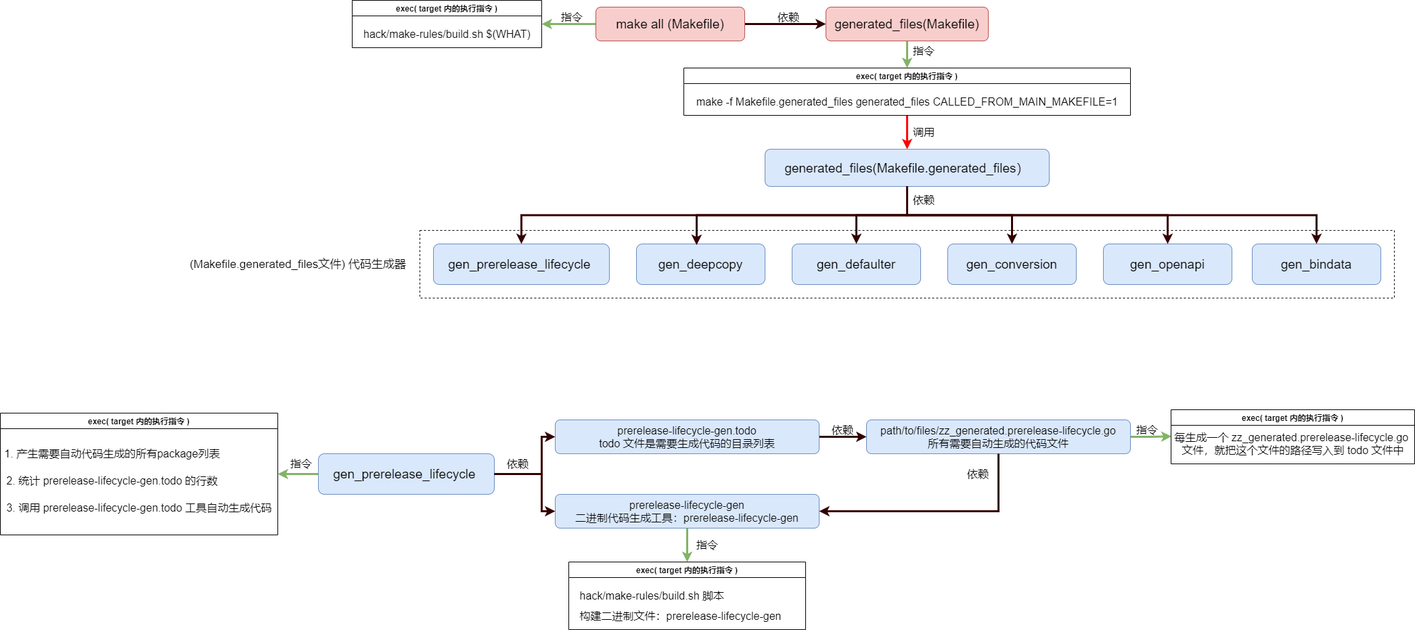
Nevermore12321/LeetCode keeps this draw.io diagram as 云计算/k8s源码/Makefile源码之代码生成器prerelease-lifecycle-gen.png. Above is the earlier version. Source tidied: cells renumbered, new cells last; positions are measured from the earlier drawing's top-left corner, leaving out a move shared by most shapes.
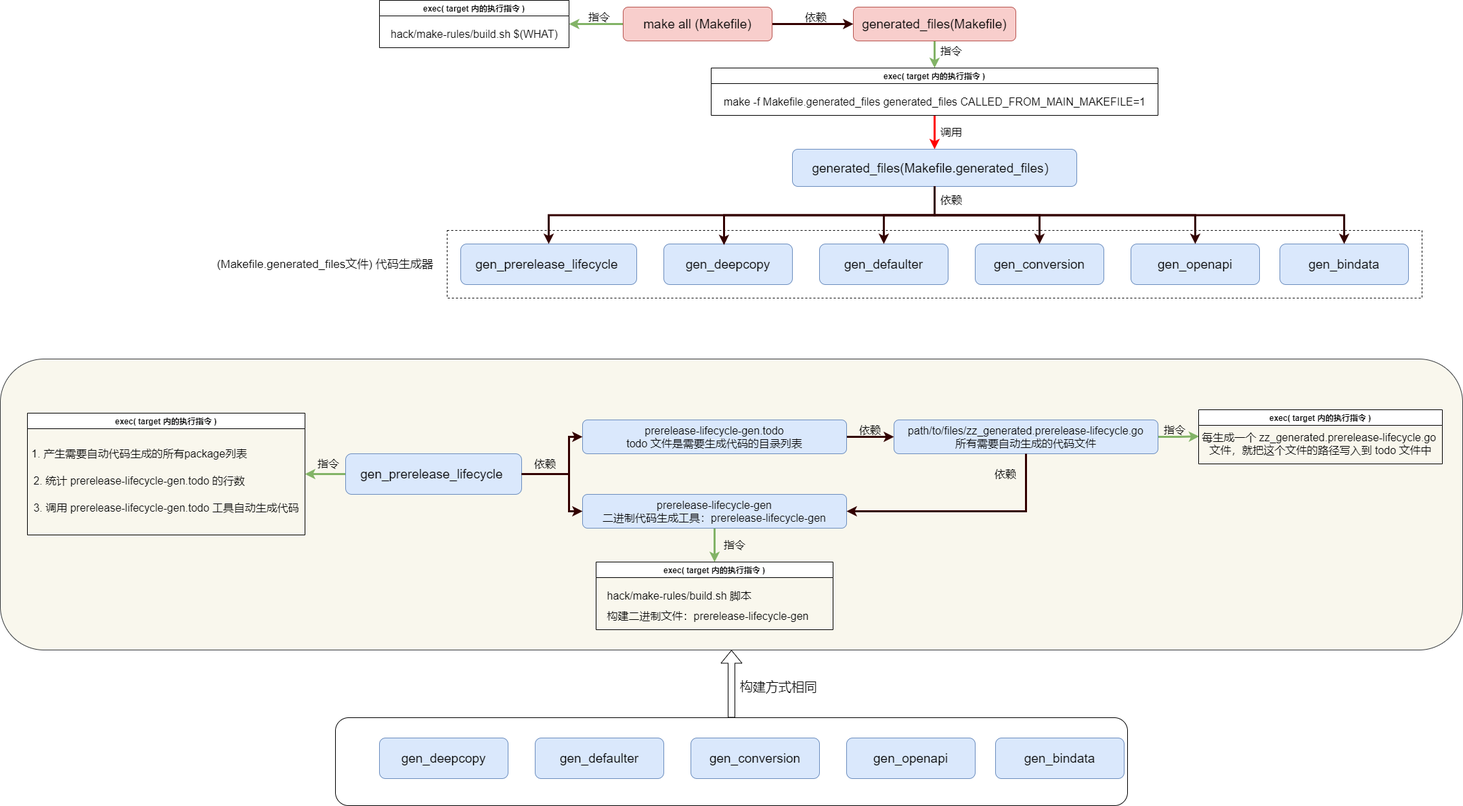
Later version of the same file.

Commit message:
Update Makefile源码之代码生成器prerelease-lifecycle-gen.png

Change to the diagram source:
```diff
@@ -2,6 +2,12 @@
   <root>
     <mxCell id="0" />
     <mxCell id="1" parent="0" />
+    <mxCell id="64" style="rounded=1;whiteSpace=wrap;html=1;" parent="1" vertex="1">
+      <mxGeometry x="455" y="1060" width="1170" height="130" as="geometry" />
+    </mxCell>
+    <mxCell id="65" style="rounded=1;whiteSpace=wrap;html=1;fillColor=#f9f7ed;strokeColor=#36393d;" parent="1" vertex="1">
+      <mxGeometry x="-40" y="530" width="2160" height="430" as="geometry" />
+    </mxCell>
     <mxCell id="2" style="rounded=0;whiteSpace=wrap;html=1;dashed=1;" parent="1" vertex="1">
       <mxGeometry x="620" y="340" width="1440" height="100" as="geometry" />
     </mxCell>
@@ -198,5 +204,26 @@
     <mxCell id="63" value="&lt;span style=&quot;font-size: 16px&quot;&gt;指令&lt;/span&gt;" style="text;html=1;strokeColor=none;fillColor=none;align=center;verticalAlign=middle;whiteSpace=wrap;rounded=0;" parent="1" vertex="1">
       <mxGeometry x="1020" y="790" width="50" height="30" as="geometry" />
     </mxCell>
+    <mxCell id="66" value="&lt;font style=&quot;font-size: 19px&quot;&gt;gen_deepcopy&lt;/font&gt;" style="rounded=1;whiteSpace=wrap;html=1;fillColor=#dae8fc;strokeColor=#6c8ebf;" parent="1" vertex="1">
+      <mxGeometry x="520" y="1090" width="190" height="60" as="geometry" />
+    </mxCell>
+    <mxCell id="67" value="&lt;font style=&quot;font-size: 19px&quot;&gt;gen_defaulter&lt;/font&gt;" style="rounded=1;whiteSpace=wrap;html=1;fillColor=#dae8fc;strokeColor=#6c8ebf;" parent="1" vertex="1">
+      <mxGeometry x="750" y="1090" width="190" height="60" as="geometry" />
+    </mxCell>
+    <mxCell id="68" value="&lt;font style=&quot;font-size: 19px&quot;&gt;gen_conversion&lt;/font&gt;" style="rounded=1;whiteSpace=wrap;html=1;fillColor=#dae8fc;strokeColor=#6c8ebf;" parent="1" vertex="1">
+      <mxGeometry x="980" y="1090" width="190" height="60" as="geometry" />
+    </mxCell>
+    <mxCell id="69" value="&lt;font style=&quot;font-size: 19px&quot;&gt;gen_openapi&lt;/font&gt;" style="rounded=1;whiteSpace=wrap;html=1;fillColor=#dae8fc;strokeColor=#6c8ebf;" parent="1" vertex="1">
+      <mxGeometry x="1210" y="1090" width="190" height="60" as="geometry" />
+    </mxCell>
+    <mxCell id="70" value="&lt;font style=&quot;font-size: 19px&quot;&gt;gen_bindata&lt;/font&gt;" style="rounded=1;whiteSpace=wrap;html=1;fillColor=#dae8fc;strokeColor=#6c8ebf;" parent="1" vertex="1">
+      <mxGeometry x="1430" y="1090" width="190" height="60" as="geometry" />
+    </mxCell>
+    <mxCell id="71" style="shape=flexArrow;endArrow=classic;html=1;rounded=0;edgeStyle=orthogonalEdgeStyle;exitX=0.5;exitY=0;exitDx=0;exitDy=0;entryX=0.5;entryY=1;entryDx=0;entryDy=0;" parent="1" edge="1" source="64" target="65">
+      <mxGeometry relative="1" as="geometry" />
+    </mxCell>
+    <mxCell id="72" value="&lt;font style=&quot;font-size: 19px&quot;&gt;构建方式相同&lt;/font&gt;" style="text;html=1;strokeColor=none;fillColor=none;align=center;verticalAlign=middle;whiteSpace=wrap;rounded=0;" parent="1" vertex="1">
+      <mxGeometry x="1030" y="1000" width="160" height="30" as="geometry" />
+    </mxCell>
   </root>
 </mxGraphModel>
```
